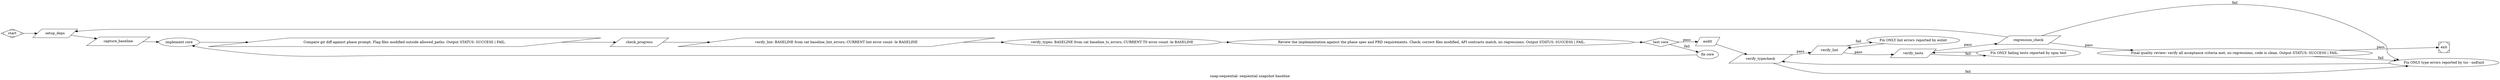
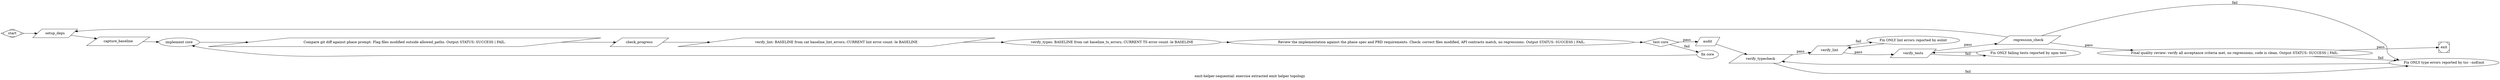
- digraph "snap_sequential" {
-   graph [acceptance_criteria="context.done=true", goal="sequential snapshot baseline", label="snap-sequential: sequential snapshot baseline", rankdir="LR", retry_target="fix_types"]
+ digraph "emit_helper_sequential" {
+   graph [acceptance_criteria="context.core_done=true", goal="exercise extracted emit helper topology", label="emit-helper-sequential: exercise extracted emit helper topology", rankdir="LR", retry_target="fix_types"]
  /* DEFENSE MATRIX
   * competitive: false
   * adversarial: false
   * specDriven: NONE
   * guardrails: P0c, P6b, P10, P13, P14, P15, P25
   * permissions: auto
   */
  start [shape="Mdiamond"]
  setup_deps [label="setup_deps", shape="parallelogram", tool_command="cd ${WORKING_DIR} && npm install 2>&1 || pnpm install 2>&1 || yarn install 2>&1"]
  capture_baseline [label="capture_baseline", read_only="true", shape="parallelogram", tool_command="cd ${WORKING_DIR} && (npx tsc --noEmit 2>&1 | grep -c 'error TS' > /tmp/baseline_ts_errors.txt || echo 0 > /tmp/baseline_ts_errors.txt) && (npx eslint src/ 2>&1 | grep -c 'error' > /tmp/baseline_lint_errors.txt || echo 0 > /tmp/baseline_lint_errors.txt)"]
  // ========== PHASE 1: core ==========
-   impl_core [allowed_paths="src/", class="codergen", escalate_on="package.json,*.lock,*.config.*", label="implement core", max_visits="5", permission_mode="auto", thread_id="phase_1", timeout="10m"]
+   impl_core [allowed_paths="src/core/,tests/core/,__tests__/core/", class="codergen", escalate_on="package.json,*.lock,*.config.*", label="implement core", max_visits="5", permission_mode="auto", thread_id="phase_1", timeout="30m"]
  scope_check_core [class="review", label="Compare git diff against phase prompt. Flag files modified outside allowed_paths. Output STATUS: SUCCESS | FAIL.", read_only="true", shape="parallelogram", thread_id="phase_1"]
  check_progress_core [label="check_progress", max_visits="3", read_only="true", shape="parallelogram", thread_id="phase_1", tool_command="cd ${WORKING_DIR} && [ $(git status --porcelain | wc -l) -gt 0 ] && echo 'STATUS: SUCCESS' || echo 'STATUS: FAIL'"]
  verify_lint_core [label="verify_lint: BASELINE from cat baseline_lint_errors; CURRENT lint error count -le BASELINE", shape="parallelogram", thread_id="phase_1", tool_command="[ $(npx eslint src/ 2>&1 | grep -c error || echo 0) -le $(cat /tmp/baseline_lint_errors.txt 2>/dev/null || echo 0) ]"]
  verify_types_core [label="verify_types: BASELINE from cat baseline_ts_errors; CURRENT TS error count -le BASELINE", thread_id="phase_1", tool_command="[ $(npx tsc --noEmit 2>&1 | grep -c error || echo 0) -le $(cat /tmp/baseline_ts_errors.txt 2>/dev/null || echo 0) ]"]
-   conformance_core [class="review", context_on_success="done=true", label="Review the implementation against the phase spec and PRD requirements. Check: correct files modified, API contracts match, no regressions. Output STATUS: SUCCESS | FAIL.", read_only="true", thread_id="phase_1", timeout="15m"]
+   conformance_core [class="review", context_on_success="core_done=true", label="Review the implementation against the phase spec and PRD requirements. Check: correct files modified, API contracts match, no regressions. Output STATUS: SUCCESS | FAIL.", read_only="true", thread_id="phase_1", timeout="15m"]
  test_core [label="test core", max_visits="5", retry_target="impl_core", shape="diamond"]
-   fix_core [allowed_paths="src/", class="codergen", escalate_on="package.json,*.lock,*.config.*", label="fix core", max_visits="5", permission_mode="auto", thread_id="phase_1", timeout="30m"]
+   fix_core [allowed_paths="src/core/,tests/core/,__tests__/core/", class="codergen", escalate_on="package.json,*.lock,*.config.*", label="fix core", max_visits="5", permission_mode="auto", thread_id="phase_1", timeout="30m"]
  audit [label="audit", read_only="true", shape="parallelogram", tool_command="cd ${WORKING_DIR} && (npx tsc --noEmit 2>&1 || true) && (npx eslint src/ --max-warnings=-1 2>&1 || true) && (npm test 2>&1 || true)"]
  verify_typecheck [context_on_success="types_compile=true", label="verify_typecheck", max_visits="5", retry_target="fix_types", shape="parallelogram", timeout="30m", tool_command="cd ${WORKING_DIR} && npx tsc --noEmit"]
-   fix_types [allowed_paths="src/", class="codergen", escalate_on="package.json,*.lock,*.config.*", label="Fix ONLY type errors reported by tsc --noEmit", max_visits="5", permission_mode="auto", timeout="30m"]
+   fix_types [allowed_paths="src/core/,tests/core/,__tests__/core/", class="codergen", escalate_on="package.json,*.lock,*.config.*", label="Fix ONLY type errors reported by tsc --noEmit", max_visits="5", permission_mode="auto", timeout="30m"]
  verify_lint [context_on_success="lint_clean=true", label="verify_lint", max_visits="5", retry_target="fix_lint", shape="parallelogram", timeout="30m", tool_command="cd ${WORKING_DIR} && npx eslint src/ --max-warnings=-1"]
-   fix_lint [allowed_paths="src/", class="codergen", escalate_on="package.json,*.lock,*.config.*", label="Fix ONLY lint errors reported by eslint", max_visits="5", permission_mode="auto", timeout="30m"]
-   verify_tests [context_on_success="cli_contract=true,determinism=true,done=true,tests_pass=true,validation_rules=true", label="verify_tests", max_visits="5", retry_target="fix_tests", shape="parallelogram", timeout="30m", tool_command="cd ${WORKING_DIR} && npm test"]
-   fix_tests [allowed_paths="src/", class="codergen", escalate_on="package.json,*.lock,*.config.*", label="Fix ONLY failing tests reported by npm test", max_visits="5", permission_mode="auto", timeout="30m"]
+   fix_lint [allowed_paths="src/core/,tests/core/,__tests__/core/", class="codergen", escalate_on="package.json,*.lock,*.config.*", label="Fix ONLY lint errors reported by eslint", max_visits="5", permission_mode="auto", timeout="30m"]
+   verify_tests [context_on_success="cli_contract=true,core_done=true,determinism=true,tests_pass=true,validation_rules=true", label="verify_tests", max_visits="5", retry_target="fix_tests", shape="parallelogram", timeout="30m", tool_command="cd ${WORKING_DIR} && npm test"]
+   fix_tests [allowed_paths="src/core/,tests/core/,__tests__/core/", class="codergen", escalate_on="package.json,*.lock,*.config.*", label="Fix ONLY failing tests reported by npm test", max_visits="5", permission_mode="auto", timeout="30m"]
  regression_check [label="regression_check", shape="parallelogram", timeout="30m", tool_command="cd ${WORKING_DIR} && npx tsc --noEmit && npx eslint src/ --max-warnings=-1 && npm test"]
  quality_review [class="review", label="Final quality review: verify all acceptance criteria met, no regressions, code is clean. Output STATUS: SUCCESS | FAIL.", read_only="true", timeout="15m"]
  exit [label="exit", shape="Msquare"]
  start -> setup_deps
  setup_deps -> capture_baseline
  capture_baseline -> impl_core
  impl_core -> scope_check_core
  scope_check_core -> check_progress_core
  check_progress_core -> verify_lint_core
  verify_lint_core -> verify_types_core
  verify_types_core -> conformance_core
  conformance_core -> test_core
  test_core -> fix_core [condition="outcome=fail", label="fail"]
  fix_core -> impl_core
  test_core -> audit [condition="outcome=success", label="pass"]
  audit -> verify_typecheck
  verify_typecheck -> fix_types [condition="outcome=fail", label="fail"]
  fix_types -> verify_typecheck
  verify_typecheck -> verify_lint [condition="outcome=success", label="pass"]
  verify_lint -> fix_lint [condition="outcome=fail", label="fail"]
  fix_lint -> verify_lint
  verify_lint -> verify_tests [condition="outcome=success", label="pass"]
  verify_tests -> fix_tests [condition="outcome=fail", label="fail"]
  fix_tests -> verify_tests
  verify_tests -> regression_check [condition="outcome=success", label="pass"]
  regression_check -> fix_types [condition="outcome=fail", label="fail"]
  regression_check -> quality_review [condition="outcome=success", label="pass"]
  quality_review -> exit [condition="outcome=success", label="pass"]
  quality_review -> fix_types [condition="outcome=fail", label="fail"]
  regression_check -> setup_deps [loop_restart="true"]
}